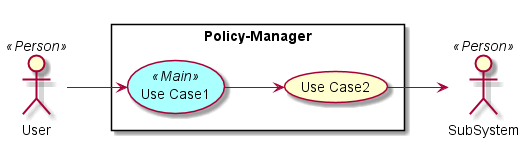
Before: docs/Solution/Policy-Manager/UseCases.png, a diagram exported from PlantUML (CAADE/C3). Its diagram source:
```plantuml
@startuml

left to right direction

skinparam usecase {
  BackgroudnColor #ffffaa
  BackgroundColor<<Main>> #aaffff
}
actor :User: <<Person>>
actor :SubSystem: <<Person>>


rectangle "Policy-Manager" {
UseCase UC1 <<Main>> as "Use Case1"
UseCase UC2  as "Use Case2"


User --> UC1
UC1 --> UC2
UC2 --> SubSystem
}

@enduml
```
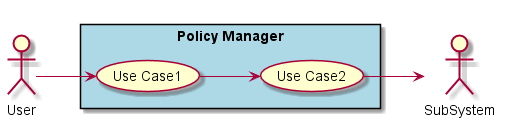
After the commit.

What changed in the source:
```diff
@@ -2,17 +2,13 @@
 
 left to right direction
 
-skinparam usecase {
-  BackgroudnColor #ffffaa
-  BackgroundColor<<Main>> #aaffff
-}
-actor :User: <<Person>>
-actor :SubSystem: <<Person>>
+actor :User:
+actor :SubSystem:
 
 
-rectangle "Policy-Manager" {
-UseCase UC1 <<Main>> as "Use Case1"
-UseCase UC2  as "Use Case2"
+rectangle "Policy Manager" #lightblue {
+UseCase UC1 as "Use Case1"
+UseCase UC2 as "Use Case2"
 
 
 User --> UC1
```
